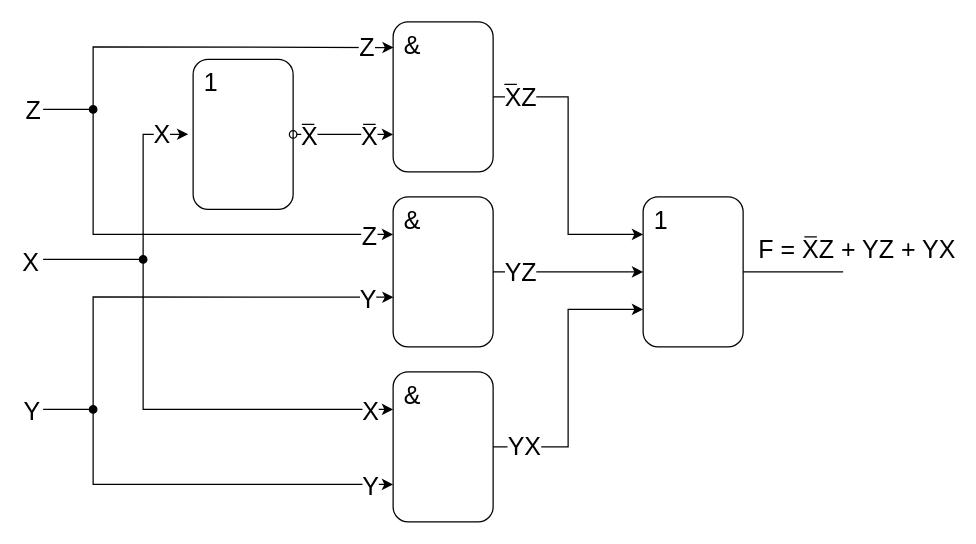
ShahTheShah/student-life keeps this draw.io diagram as page "Страница — 1" (1 of 3) of public/Курсовая Никиты.drawio. Above is the earlier version. Source tidied: cells renumbered, new cells numbered last; positions are measured from the earlier drawing's top-left corner, leaving out a move shared by most shapes. Both pictures are drawn from the tidied source at 125%, with x=0, y=0 at pixel (42, 21).
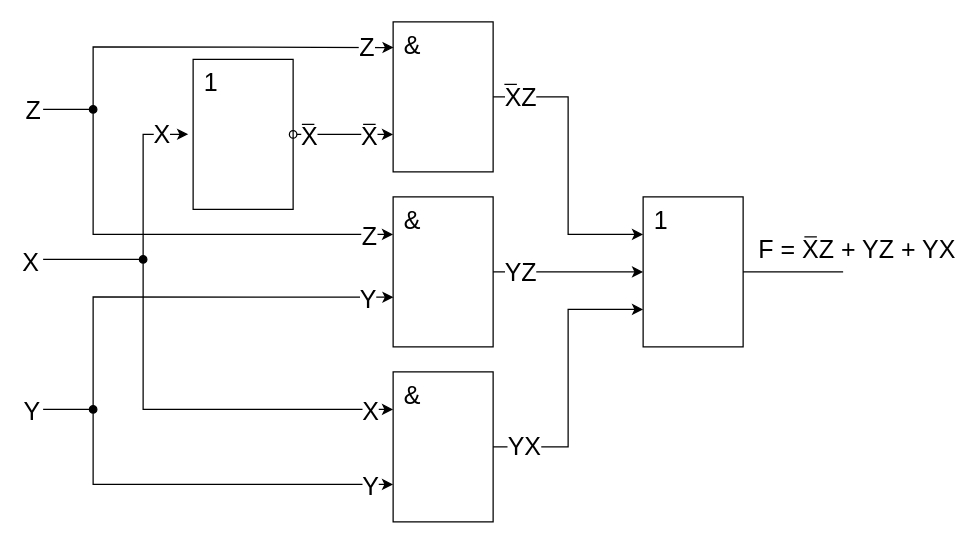
After the change.

Change to the diagram source:
```diff
@@
-    <mxCell id="5" value="1" style="rounded=1;whiteSpace=wrap;html=1;align=left;verticalAlign=top;fontSize=20;spacingLeft=7;labelBorderColor=none;fillColor=none;glass=0;shadow=0;" parent="1" vertex="1">
+    <mxCell id="5" value="1" style="rounded=0;whiteSpace=wrap;html=1;align=left;verticalAlign=top;fontSize=20;spacingLeft=7;labelBorderColor=none;fillColor=none;glass=0;shadow=0;" parent="1" vertex="1">
       <mxGeometry x="120" y="30" width="80" height="120" as="geometry" />
     </mxCell>
@@
-    <mxCell id="8" value="&amp;amp;" style="rounded=1;whiteSpace=wrap;html=1;align=left;verticalAlign=top;fontSize=20;spacingLeft=7;fillColor=none;glass=0;shadow=0;" parent="1" vertex="1">
+    <mxCell id="8" value="&amp;amp;" style="rounded=0;whiteSpace=wrap;html=1;align=left;verticalAlign=top;fontSize=20;spacingLeft=7;fillColor=none;glass=0;shadow=0;" parent="1" vertex="1">
       <mxGeometry x="280" width="80" height="120" as="geometry" />
     </mxCell>
@@
-    <mxCell id="11" value="&amp;amp;" style="rounded=1;whiteSpace=wrap;html=1;align=left;verticalAlign=top;fontSize=20;spacingLeft=7;fillColor=none;glass=0;shadow=0;" parent="1" vertex="1">
+    <mxCell id="11" value="&amp;amp;" style="rounded=0;whiteSpace=wrap;html=1;align=left;verticalAlign=top;fontSize=20;spacingLeft=7;fillColor=none;glass=0;shadow=0;" parent="1" vertex="1">
       <mxGeometry x="280" y="140" width="80" height="120" as="geometry" />
     </mxCell>
@@
-    <mxCell id="14" value="&amp;amp;" style="rounded=1;whiteSpace=wrap;html=1;align=left;verticalAlign=top;fontSize=20;spacingLeft=7;fillColor=none;glass=0;shadow=0;" parent="1" vertex="1">
+    <mxCell id="14" value="&amp;amp;" style="rounded=0;whiteSpace=wrap;html=1;align=left;verticalAlign=top;fontSize=20;spacingLeft=7;fillColor=none;glass=0;shadow=0;" parent="1" vertex="1">
       <mxGeometry x="280" y="280" width="80" height="120" as="geometry" />
     </mxCell>
-    <mxCell id="15" value="1" style="rounded=1;whiteSpace=wrap;html=1;align=left;verticalAlign=top;fontSize=20;spacingLeft=7;fillColor=none;glass=0;shadow=0;" parent="1" vertex="1">
+    <mxCell id="15" value="1" style="rounded=0;whiteSpace=wrap;html=1;align=left;verticalAlign=top;fontSize=20;spacingLeft=7;fillColor=none;glass=0;shadow=0;" parent="1" vertex="1">
       <mxGeometry x="480" y="140" width="80" height="120" as="geometry" />
     </mxCell>
```
